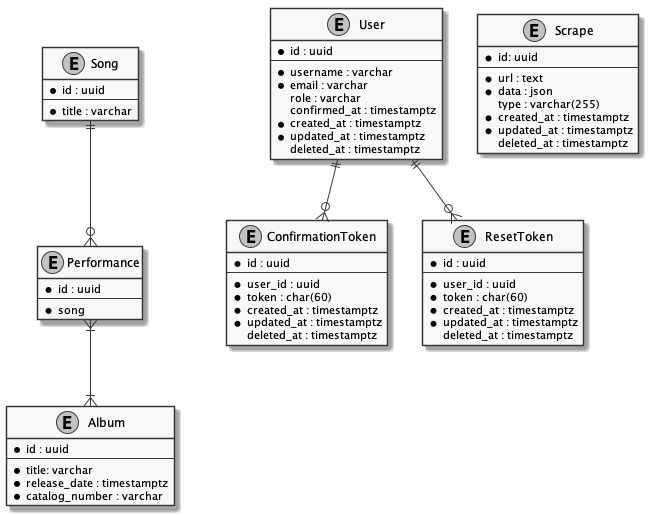
Before: images/models.png, a diagram exported from PlantUML (zappa-base/zappa-base). Source of this version:
```plantuml
@startuml
skinparam monochrome true

entity Album {
  * id : uuid
  --
  * title: varchar
  * release_date : timestamptz
  * catalog_number : varchar
}

entity Performance {
  * id : uuid
  --
  * song
}

entity Song {
  * id : uuid
  --
  * title : varchar
}

entity User {
  * id : uuid
  --
  * username : varchar
  * email : varchar
  role : varchar
  confirmed_at : timestamptz
  * created_at : timestamptz
  * updated_at : timestamptz
  deleted_at : timestamptz
}

entity ConfirmationToken {
  * id : uuid
  --
  * user_id : uuid
  * token : char(60)
  * created_at : timestamptz
  * updated_at : timestamptz
  deleted_at : timestamptz
}

entity ResetToken {
  * id : uuid
  --
  * user_id : uuid
  * token : char(60)
  * created_at : timestamptz
  * updated_at : timestamptz
  deleted_at : timestamptz
}

entity Scrape {
  * id: uuid
  --
  * url : text
  * data : json
  type : varchar(255)
  * created_at : timestamptz
  * updated_at : timestamptz
  deleted_at : timestamptz
}

Song ||--o{ Performance
Performance }|--|{ Album

User ||--o{ ConfirmationToken
User ||--o{ ResetToken
@enduml
```
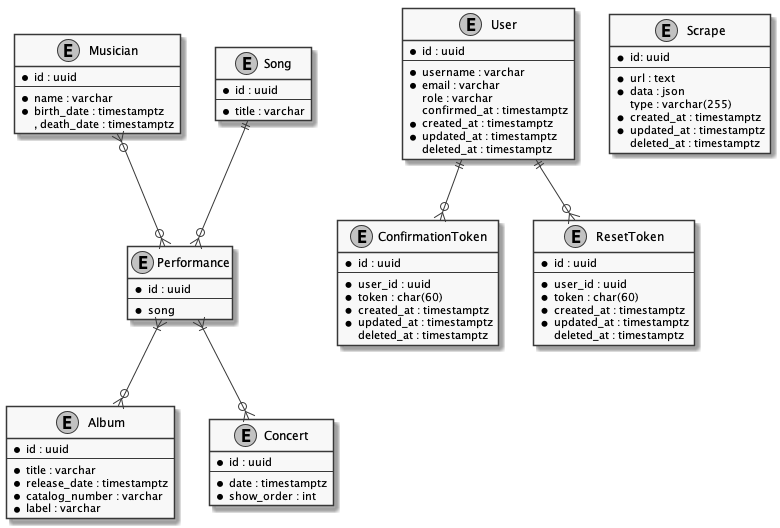
Above is the later version.

What changed in the source:
```diff
@@ -4,15 +4,31 @@
 entity Album {
   * id : uuid
   --
-  * title: varchar
+  * title : varchar
   * release_date : timestamptz
   * catalog_number : varchar
+  * label : varchar
+}
+
+entity Concert {
+  * id : uuid
+  --
+  * date : timestamptz
+  * show_order : int
 }
 
 entity Performance {
   * id : uuid
   --
   * song
+}
+
+entity Musician {
+  * id : uuid
+  --
+  * name : varchar
+  * birth_date : timestamptz
+  , death_date : timestamptz
 }
 
 entity Song {
@@ -65,7 +81,9 @@
 }
 
 Song ||--o{ Performance
-Performance }|--|{ Album
+Performance }|--o{ Album
+Musician }o--o{ Performance
+Performance }|--o{ Concert
 
 User ||--o{ ConfirmationToken
 User ||--o{ ResetToken
```
